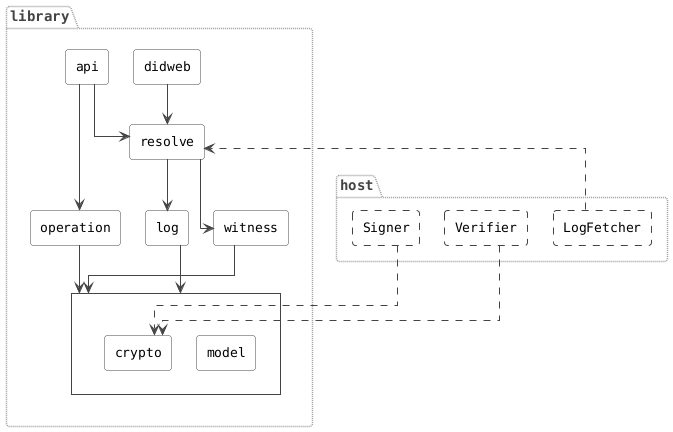
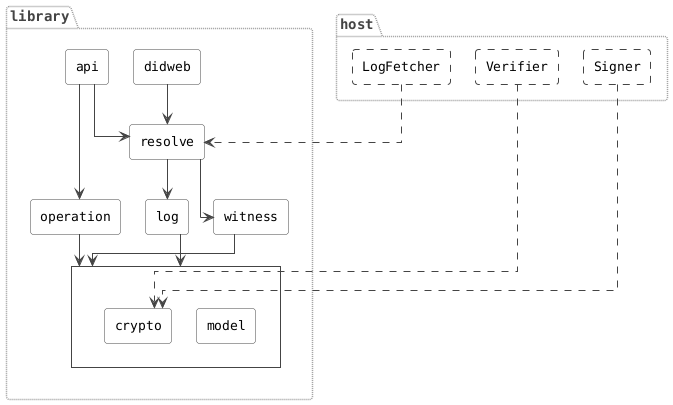
@startuml architecture-overview

' Package-level view of the principal packages and the direction of control
' (not every import), mirroring the abstraction used in the thesis figure it
' substitutes. Deliberately excludes the util/exception packages and the
' shared types in the root package.
'
' model and crypto carry no logic of their own and are used the same way by
' operation, log and witness alike; those three point at the shared "base"
' group with a single arrow rather than at model/crypto separately, so the
' group reads as "uses both" instead of drawing 6 individually crossing
' edges for a 3x2 relationship.

skinparam shadowing false
skinparam nodesep 25
skinparam ranksep 40
skinparam componentStyle rectangle
skinparam defaultFontName "DejaVu Sans Mono"
skinparam defaultFontSize 13
skinparam roundcorner 6
skinparam linetype ortho

skinparam component {
  BackgroundColor White
  BorderColor #444444
  FontSize 13
}
skinparam package {
  BackgroundColor transparent
  BorderColor #999999
  BorderStyle dotted
  FontSize 14
  FontStyle bold
  FontColor #444444
}
skinparam rectangle {
  BorderColor #444444
  RoundCorner 0
}
skinparam ArrowColor #444444

package "library" {
  together {
    component "api" as api
    component "didweb" as didweb
  }

  component "resolve" as resolve

  together {
    component "operation" as operation
    component "log" as log
    component "witness" as witness
  }

  ' shared base: unlabeled + sharp corners so it reads as a grouping frame,
  ' not a named package (packages are rounded throughout).
  rectangle " " as base {
    component "model" as model
    component "crypto" as crypto
  }
}

package "host" {
  component "LogFetcher" as fetcher #line.dashed
  component "Verifier" as verifier #line.dashed
  component "Signer" as signer #line.dashed
}

api --> operation
api --> resolve
didweb --> resolve

resolve -[hidden]-> operation
- 
- operation --> base
resolve --> log
resolve --> witness
+ 
+ ' Declared witness/log/operation (not operation/log/witness) on purpose: with
+ ' 3 incoming edges into the same cluster, Graphviz picks boundary ports by
+ ' declaration order, not by the source's actual x-position. This order is
+ ' the one that lines each arrow up straight under its source; reordering
+ ' (or re-adding the `base -[hidden]right-> host` pins below) reliably makes
+ ' the witness edge detour sideways before dropping in -- verify with the
+ ' rendered output after touching this block.
+ witness --> base
log --> base
- witness --> base
- 
- resolve -[hidden]right-> fetcher
- base -[hidden]right-> verifier
- base -[hidden]right-> signer
+ operation --> base

fetcher ..> resolve
verifier ..> crypto
signer ..> crypto

@enduml
